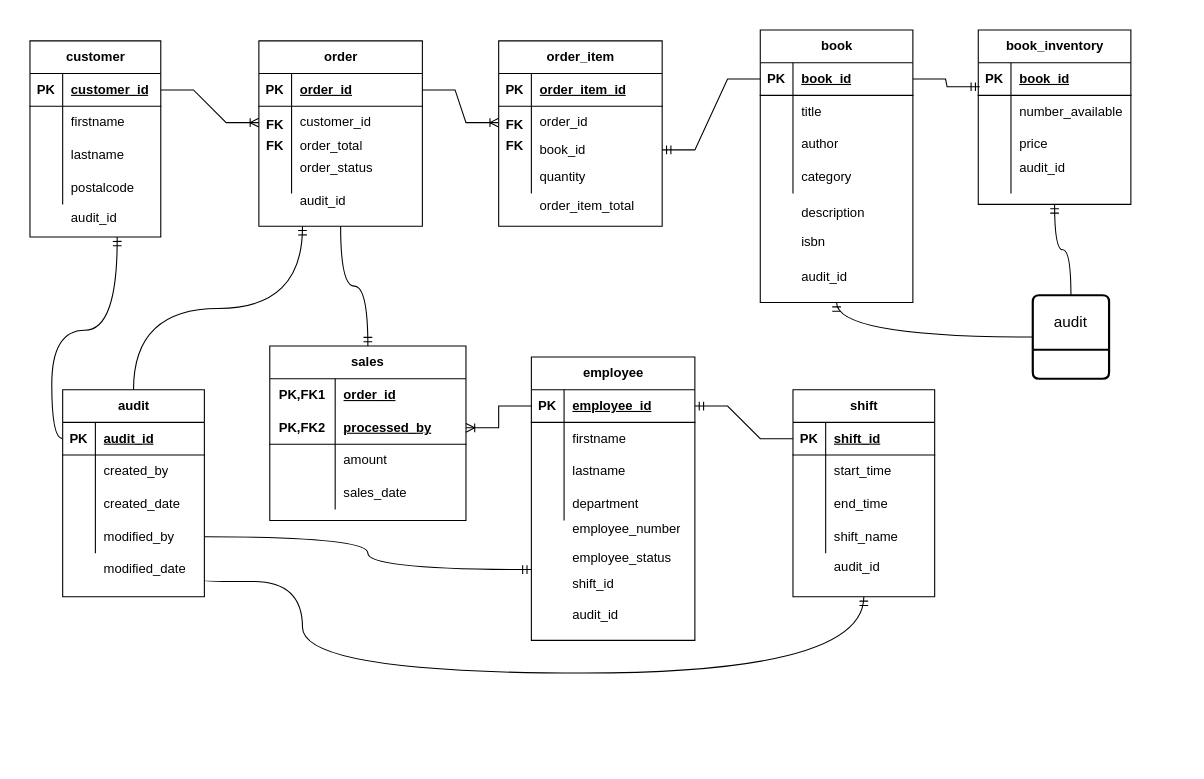
Above: Untitled Diagram.drawio in jays-codes/diagrams (draw.io), before the change. Source tidied: cells renumbered, new cells numbered last; positions are measured from the earlier drawing's top-left corner, leaving out a move shared by most shapes. Both pictures are drawn from the tidied source at 109%, with x=0, y=0 at pixel (29, 29).
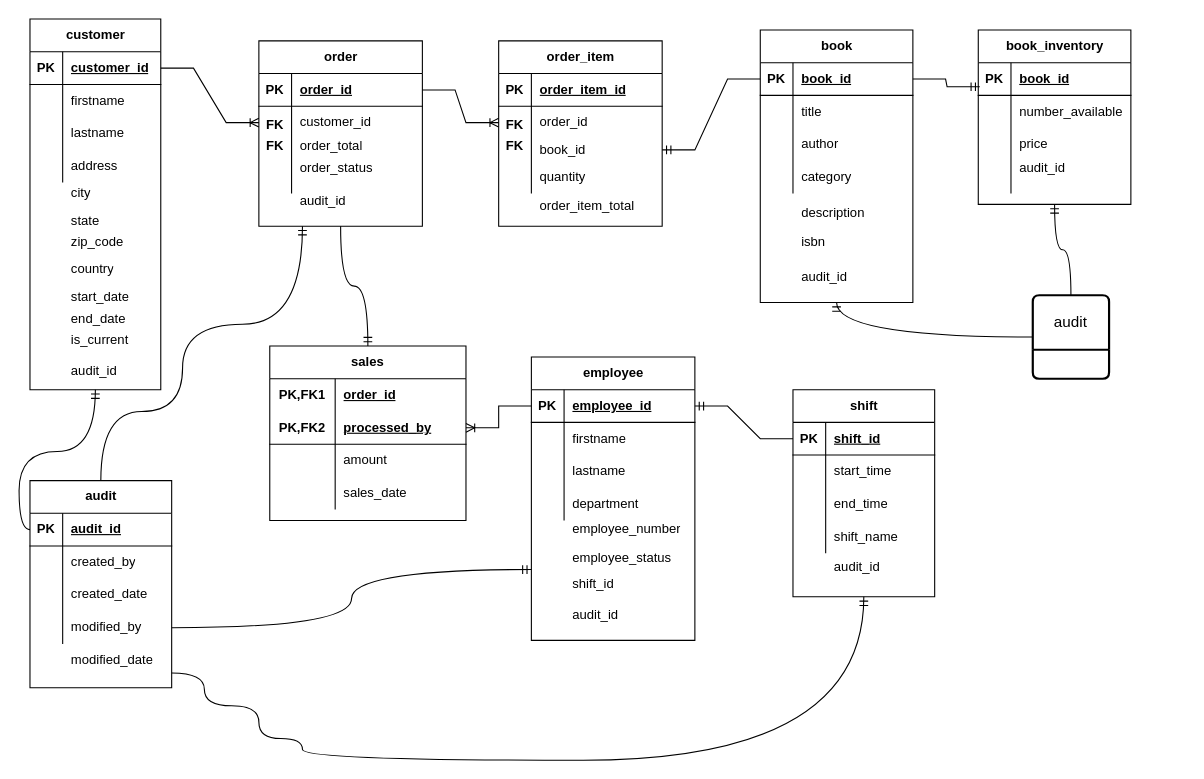
Above is the later version.

The change refers to these unchanged cells:
```xml
<mxCell id="3" style="shape=tableRow;horizontal=0;startSize=0;swimlaneHead=0;swimlaneBody=0;fillColor=none;points=[[0,0.5],[1,0.5]];portConstraint=eastwest;top=0;left=0;right=0;bottom=1;" parent="2" vertex="1">
  <mxGeometry y="30" width="130" height="30" as="geometry" />
</mxCell>
<mxCell id="25" style="shape=tableRow;horizontal=0;startSize=0;swimlaneHead=0;swimlaneBody=0;fillColor=none;top=0;left=0;right=0;bottom=0;" parent="15" vertex="1">
  <mxGeometry y="120" width="120" height="30" as="geometry" />
</mxCell>
<mxCell id="59" value="shift" style="shape=table;startSize=30;childLayout=tableLayout;rowLines=0;fontStyle=1;align=center;html=1;" parent="1" vertex="1">
  <mxGeometry x="700" y="330" width="130" height="190" as="geometry" />
</mxCell>
```

Change to the diagram source:
```diff
@@
     <mxCell id="2" value="audit" style="shape=table;startSize=30;childLayout=tableLayout;rowLines=0;fontStyle=1;align=center;html=1;" parent="1" vertex="1">
-      <mxGeometry x="30" y="330" width="130" height="190" as="geometry" />
+      <mxGeometry y="413.4" width="130" height="190" as="geometry" />
     </mxCell>
@@
     <mxCell id="15" value="customer" style="shape=table;startSize=30;childLayout=tableLayout;rowLines=0;fontStyle=1;align=center;html=1;" parent="1" vertex="1">
-      <mxGeometry y="10" width="120" height="180" as="geometry" />
+      <mxGeometry y="-10" width="120" height="340" as="geometry" />
     </mxCell>
@@
-    <mxCell id="27" value="postalcode" style="shape=partialRectangle;fillColor=none;top=0;left=0;bottom=0;right=0;align=left;spacingLeft=6;overflow=hidden;whiteSpace=wrap;html=1;" parent="25" vertex="1">
+    <mxCell id="27" value="address" style="shape=partialRectangle;fillColor=none;top=0;left=0;bottom=0;right=0;align=left;spacingLeft=6;overflow=hidden;whiteSpace=wrap;html=1;" parent="25" vertex="1">
       <mxGeometry x="30" width="90" height="30" as="geometry" />
     </mxCell>
@@
     <mxCell id="58" value="modified_date" style="shape=partialRectangle;fillColor=none;top=0;left=0;bottom=0;right=0;align=left;spacingLeft=6;overflow=hidden;whiteSpace=wrap;html=1;" parent="1" vertex="1">
-      <mxGeometry x="60" y="480" width="150" height="30" as="geometry" />
+      <mxGeometry x="30" y="563.4" width="90" height="30" as="geometry" />
     </mxCell>
@@
     <mxCell id="108" value="audit_id" style="shape=partialRectangle;fillColor=none;top=0;left=0;bottom=0;right=0;align=left;spacingLeft=6;overflow=hidden;whiteSpace=wrap;html=1;" parent="1" vertex="1">
-      <mxGeometry x="30" y="156.2" width="80" height="33.8" as="geometry" />
+      <mxGeometry x="30" y="296.2" width="80" height="33.8" as="geometry" />
     </mxCell>
@@
-    <mxCell id="132" style="edgeStyle=orthogonalEdgeStyle;fontSize=12;html=1;endArrow=ERmandOne;rounded=0;curved=1;" parent="1" edge="1" source="3">
-      <mxGeometry relative="1" as="geometry">
-        <mxPoint x="80" y="190" as="targetPoint" />
-      </mxGeometry>
+    <mxCell id="132" style="edgeStyle=orthogonalEdgeStyle;fontSize=12;html=1;endArrow=ERmandOne;rounded=0;curved=1;entryX=0.5;entryY=1;entryDx=0;entryDy=0;" parent="1" edge="1" source="3" target="15">
+      <mxGeometry relative="1" as="geometry" />
     </mxCell>
     <mxCell id="133" style="edgeStyle=orthogonalEdgeStyle;fontSize=12;html=1;endArrow=ERmandOne;rounded=0;curved=1;exitX=0.5;exitY=0;exitDx=0;exitDy=0;" parent="1" edge="1" source="2">
       <mxGeometry relative="1" as="geometry">
         <mxPoint x="250" y="180" as="targetPoint" />
+        <Array as="points">
+          <mxPoint x="65" y="350" />
+          <mxPoint x="140" y="350" />
+          <mxPoint x="140" y="270" />
+          <mxPoint x="250" y="270" />
+        </Array>
       </mxGeometry>
     </mxCell>
@@
     <mxCell id="154" style="edgeStyle=orthogonalEdgeStyle;fontSize=12;html=1;endArrow=ERmandOne;rounded=0;curved=1;entryX=0.5;entryY=1;entryDx=0;entryDy=0;" parent="1" edge="1" target="59">
       <mxGeometry relative="1" as="geometry">
-        <mxPoint x="160" y="505" as="sourcePoint" />
+        <mxPoint x="130" y="590" as="sourcePoint" />
         <Array as="points">
-          <mxPoint x="160" y="506" />
-          <mxPoint x="250" y="506" />
-          <mxPoint x="250" y="590" />
-          <mxPoint x="765" y="590" />
+          <mxPoint x="160" y="620" />
+          <mxPoint x="210" y="620" />
+          <mxPoint x="210" y="650" />
+          <mxPoint x="250" y="650" />
+          <mxPoint x="250" y="670" />
+          <mxPoint x="765" y="670" />
         </Array>
       </mxGeometry>
     </mxCell>
@@
+    <mxCell id="156" value="city" style="shape=partialRectangle;fillColor=none;top=0;left=0;bottom=0;right=0;align=left;spacingLeft=6;overflow=hidden;whiteSpace=wrap;html=1;" parent="1" vertex="1">
+      <mxGeometry x="30" y="135" width="90" height="30" as="geometry" />
+    </mxCell>
+    <mxCell id="157" value="state" style="shape=partialRectangle;fillColor=none;top=0;left=0;bottom=0;right=0;align=left;spacingLeft=6;overflow=hidden;whiteSpace=wrap;html=1;" parent="1" vertex="1">
+      <mxGeometry x="30" y="160" width="90" height="30" as="geometry" />
+    </mxCell>
+    <mxCell id="158" value="zip_code" style="shape=partialRectangle;fillColor=none;top=0;left=0;bottom=0;right=0;align=left;spacingLeft=6;overflow=hidden;whiteSpace=wrap;html=1;" parent="1" vertex="1">
+      <mxGeometry x="30" y="180" width="90" height="30" as="geometry" />
+    </mxCell>
+    <mxCell id="159" value="country" style="shape=partialRectangle;fillColor=none;top=0;left=0;bottom=0;right=0;align=left;spacingLeft=6;overflow=hidden;whiteSpace=wrap;html=1;" parent="1" vertex="1">
+      <mxGeometry x="30" y="203.8" width="90" height="30" as="geometry" />
+    </mxCell>
+    <mxCell id="160" value="start_date" style="shape=partialRectangle;fillColor=none;top=0;left=0;bottom=0;right=0;align=left;spacingLeft=6;overflow=hidden;whiteSpace=wrap;html=1;" parent="1" vertex="1">
+      <mxGeometry x="30" y="230" width="80" height="30" as="geometry" />
+    </mxCell>
+    <mxCell id="161" value="end_date" style="shape=partialRectangle;fillColor=none;top=0;left=0;bottom=0;right=0;align=left;spacingLeft=6;overflow=hidden;whiteSpace=wrap;html=1;" parent="1" vertex="1">
+      <mxGeometry x="30" y="250" width="80" height="30" as="geometry" />
+    </mxCell>
+    <mxCell id="162" value="is_current" style="shape=partialRectangle;fillColor=none;top=0;left=0;bottom=0;right=0;align=left;spacingLeft=6;overflow=hidden;whiteSpace=wrap;html=1;" parent="1" vertex="1">
+      <mxGeometry x="30" y="270" width="80" height="30" as="geometry" />
+    </mxCell>
```
